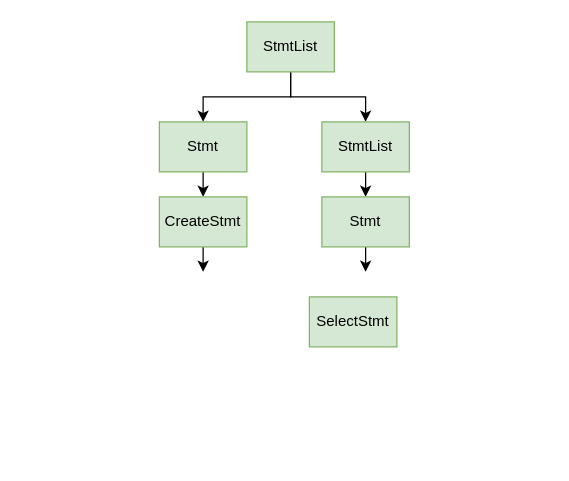
This is AST.drawio from V3rdantWhisper/drawio, a draw.io file, before an edit. Source tidied: cells renumbered, new cells numbered last; positions are measured from the earlier drawing's top-left corner, leaving out a move shared by most shapes. Both pictures are drawn from the tidied source at 125%, with x=0, y=0 at pixel (159, 21).
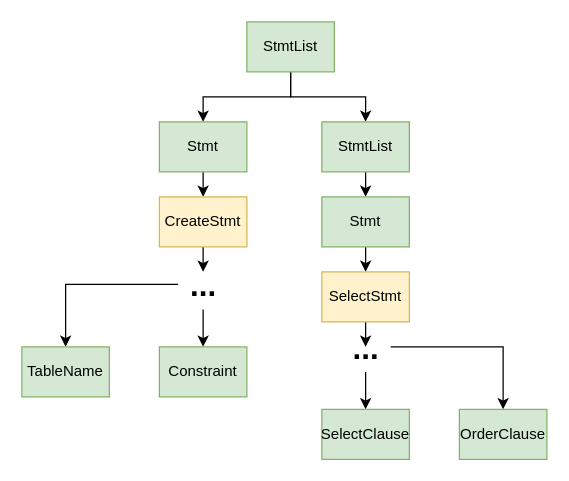
The same diagram, later.

What changed in the source:
```diff
@@
-    <mxCell id="10" value="CreateStmt" style="rounded=0;whiteSpace=wrap;html=1;fillColor=#d5e8d4;strokeColor=#82b366;" parent="1" vertex="1">
+    <mxCell id="10" value="CreateStmt" style="rounded=0;whiteSpace=wrap;html=1;fillColor=#fff2cc;strokeColor=#d6b656;" parent="1" vertex="1">
       <mxGeometry y="140" width="70" height="40" as="geometry" />
     </mxCell>
@@
+    <mxCell id="14" style="edgeStyle=orthogonalEdgeStyle;rounded=0;jettySize=auto;html=1;exitX=0.5;exitY=1;exitDx=0;exitDy=0;" parent="1" edge="1" source="13">
+      <mxGeometry relative="1" as="geometry">
+        <mxPoint x="165" y="260" as="targetPoint" />
+      </mxGeometry>
+    </mxCell>
-    <mxCell id="13" value="SelectStmt" style="rounded=0;whiteSpace=wrap;html=1;fillColor=#d5e8d4;strokeColor=#82b366;" parent="1" vertex="1">
-      <mxGeometry x="120" y="220" width="70" height="40" as="geometry" />
+    <mxCell id="13" value="SelectStmt" style="rounded=0;whiteSpace=wrap;html=1;fillColor=#fff2cc;strokeColor=#d6b656;" parent="1" vertex="1">
+      <mxGeometry x="130" y="200" width="70" height="40" as="geometry" />
     </mxCell>
+    <mxCell id="15" style="edgeStyle=orthogonalEdgeStyle;rounded=0;jettySize=auto;html=1;" parent="1" edge="1" source="17" target="21">
+      <mxGeometry relative="1" as="geometry" />
+    </mxCell>
+    <mxCell id="16" style="edgeStyle=orthogonalEdgeStyle;rounded=0;jettySize=auto;html=1;" parent="1" edge="1" source="17" target="22">
+      <mxGeometry relative="1" as="geometry" />
+    </mxCell>
+    <mxCell id="17" value="&lt;b&gt;&lt;font style=&quot;font-size: 25px;&quot;&gt;...&lt;/font&gt;&lt;/b&gt;" style="text;html=1;align=center;verticalAlign=middle;points=[];strokeColor=none;fillColor=none;" parent="1" vertex="1">
+      <mxGeometry x="15" y="190" width="40" height="40" as="geometry" />
+    </mxCell>
+    <mxCell id="18" style="edgeStyle=orthogonalEdgeStyle;rounded=0;jettySize=auto;html=1;entryX=0.5;entryY=0;entryDx=0;entryDy=0;" parent="1" edge="1" source="20" target="23">
+      <mxGeometry relative="1" as="geometry" />
+    </mxCell>
+    <mxCell id="19" style="edgeStyle=orthogonalEdgeStyle;rounded=0;jettySize=auto;html=1;" parent="1" edge="1" source="20" target="24">
+      <mxGeometry relative="1" as="geometry" />
+    </mxCell>
+    <mxCell id="20" value="&lt;b&gt;&lt;font style=&quot;font-size: 25px;&quot;&gt;...&lt;/font&gt;&lt;/b&gt;" style="text;html=1;align=center;verticalAlign=middle;points=[];strokeColor=none;fillColor=none;" parent="1" vertex="1">
+      <mxGeometry x="145" y="240" width="40" height="40" as="geometry" />
+    </mxCell>
+    <mxCell id="21" value="TableName" style="rounded=0;whiteSpace=wrap;html=1;fillColor=#d5e8d4;strokeColor=#82b366;" parent="1" vertex="1">
+      <mxGeometry x="-110" y="260" width="70" height="40" as="geometry" />
+    </mxCell>
+    <mxCell id="22" value="Constraint" style="rounded=0;whiteSpace=wrap;html=1;fillColor=#d5e8d4;strokeColor=#82b366;" parent="1" vertex="1">
+      <mxGeometry y="260" width="70" height="40" as="geometry" />
+    </mxCell>
+    <mxCell id="23" value="SelectClause" style="rounded=0;whiteSpace=wrap;html=1;fillColor=#d5e8d4;strokeColor=#82b366;" parent="1" vertex="1">
+      <mxGeometry x="130" y="310" width="70" height="40" as="geometry" />
+    </mxCell>
+    <mxCell id="24" value="OrderClause" style="rounded=0;whiteSpace=wrap;html=1;fillColor=#d5e8d4;strokeColor=#82b366;" parent="1" vertex="1">
+      <mxGeometry x="240" y="310" width="70" height="40" as="geometry" />
+    </mxCell>
```
